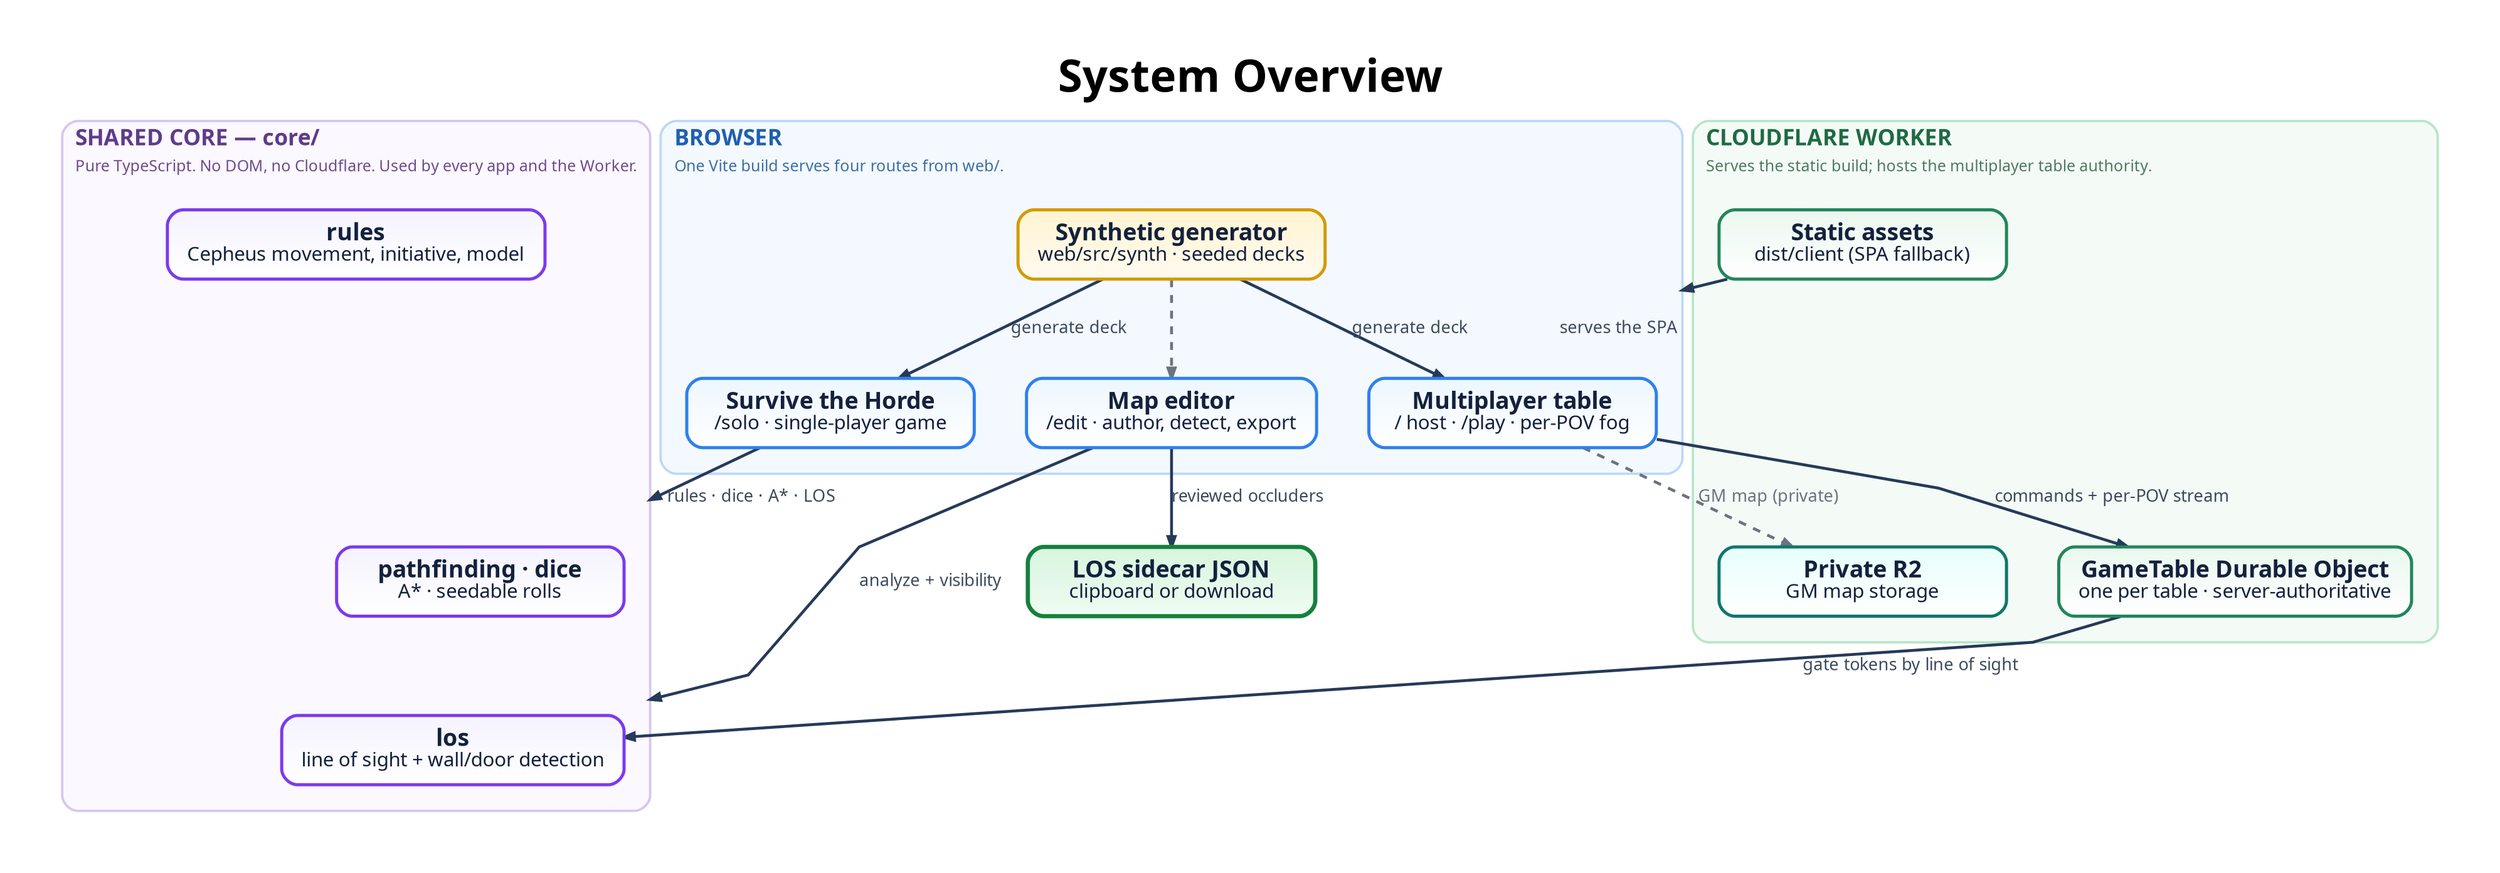
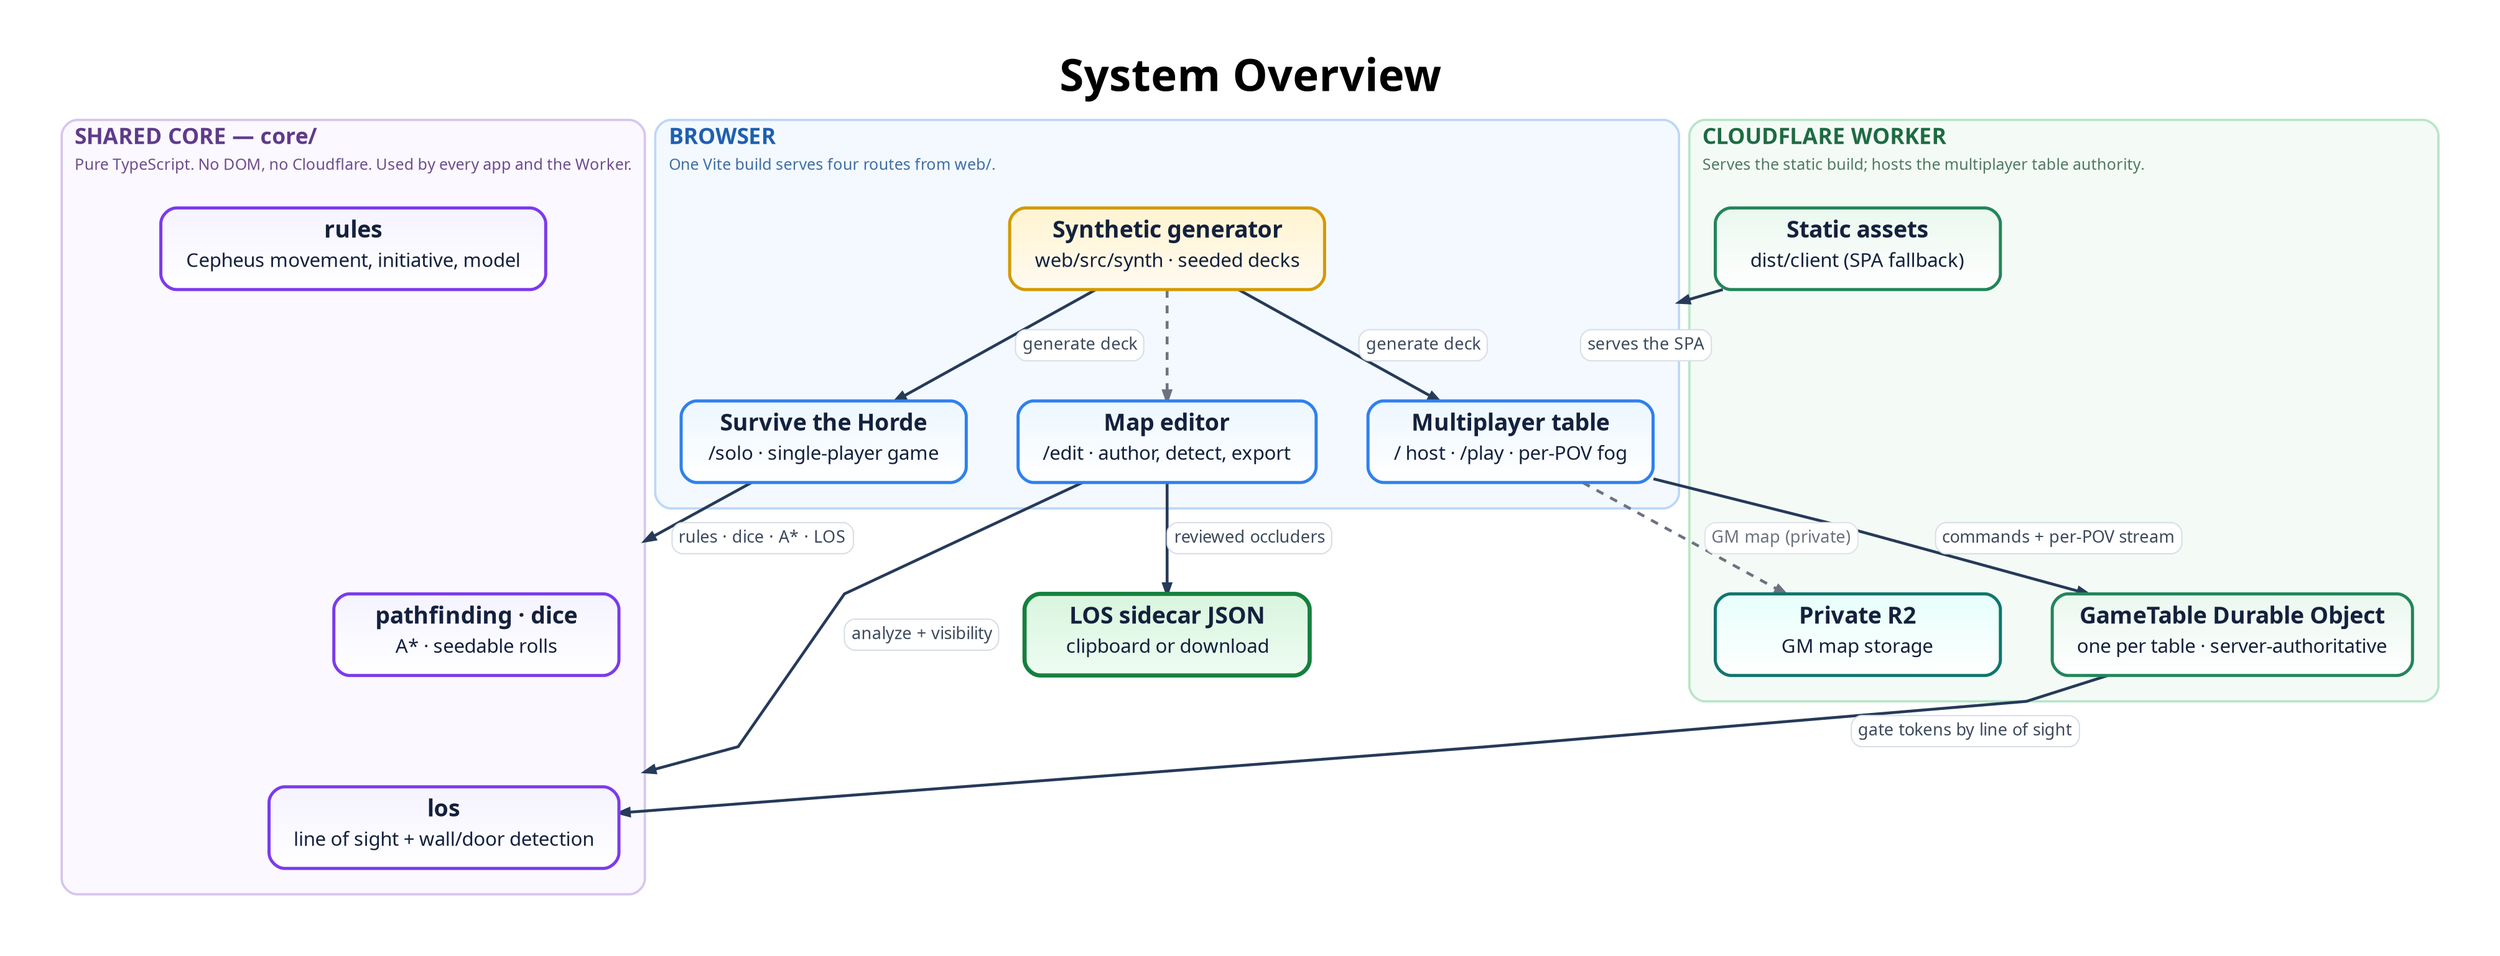
digraph SystemOverview {
  graph [
    rankdir=TB,
    bgcolor="#ffffff",
    pad="0.55",
    nodesep="0.55",
    ranksep="0.85",
    splines=polyline,
    outputorder=edgesfirst,
    compound=true,
    newrank=true,
    forcelabels=true,
    fontname="Avenir",
    label=<
      <TABLE BORDER="0" CELLBORDER="0" CELLSPACING="0" CELLPADDING="0">
        <TR><TD><FONT POINT-SIZE="34"><B>System Overview</B></FONT></TD></TR>
      </TABLE>
    >,
    labelloc=t,
    labeljust=c
  ];

  node [
    shape=box,
    style="rounded,filled",
    margin="0.21,0.13",
    width=3.05,
    height=0.74,
    fixedsize=false,
    fontname="Avenir",
    fontsize=18,
    penwidth=2.4,
    fontcolor="#14213d",
    color="#2264c7",
    fillcolor="#eaf3ff:#ffffff",
    gradientangle=270
  ];

  edge [
    color="#263a59",
    fontname="Avenir",
    fontsize=13,
    fontcolor="#3d4a5c",
    penwidth=2.2,
    arrowsize=0.78
  ];

  // ---- Browser: one Vite build, three apps + the generator (blue) ----
  subgraph cluster_browser {
    graph [
      label=<
        <TABLE BORDER="0" CELLBORDER="0" CELLSPACING="0" CELLPADDING="2">
          <TR><TD ALIGN="LEFT"><FONT POINT-SIZE="17" COLOR="#1f5fb0"><B>BROWSER</B></FONT></TD></TR>
          <TR><TD ALIGN="LEFT"><FONT POINT-SIZE="12" COLOR="#3f6ea5">One Vite build serves four routes from web/.</FONT></TD></TR>
        </TABLE>
      >,
      labelloc=t,
      labeljust=l,
      color="#bcd8f7",
      fillcolor="#f3f9ff",
      style="rounded,filled",
      penwidth=1.8,
      margin=20
    ];

-     ED [label=<<B>Map editor</B><BR/><FONT POINT-SIZE="15">/edit · author, detect, export</FONT>>, fillcolor="#edf7ff:#ffffff", color="#2f80ed"];
-     TB [label=<<B>Multiplayer table</B><BR/><FONT POINT-SIZE="15">/ host · /play · per-POV fog</FONT>>, fillcolor="#edf7ff:#ffffff", color="#2f80ed"];
-     SO [label=<<B>Survive the Horde</B><BR/><FONT POINT-SIZE="15">/solo · single-player game</FONT>>, fillcolor="#edf7ff:#ffffff", color="#2f80ed"];
-     SY [label=<<B>Synthetic generator</B><BR/><FONT POINT-SIZE="15">web/src/synth · seeded decks</FONT>>, fillcolor="#fff4d1:#fffaf0", color="#d39a00"];
+     ED [label=<<TABLE BORDER="0" CELLBORDER="0" CELLSPACING="0" CELLPADDING="0"><TR><TD><B>Map editor</B></TD></TR><TR><TD CELLPADDING="4"><FONT POINT-SIZE="15">/edit · author, detect, export</FONT></TD></TR></TABLE>>, fillcolor="#edf7ff:#ffffff", color="#2f80ed"];
+     TB [label=<<TABLE BORDER="0" CELLBORDER="0" CELLSPACING="0" CELLPADDING="0"><TR><TD><B>Multiplayer table</B></TD></TR><TR><TD CELLPADDING="4"><FONT POINT-SIZE="15">/ host · /play · per-POV fog</FONT></TD></TR></TABLE>>, fillcolor="#edf7ff:#ffffff", color="#2f80ed"];
+     SO [label=<<TABLE BORDER="0" CELLBORDER="0" CELLSPACING="0" CELLPADDING="0"><TR><TD><B>Survive the Horde</B></TD></TR><TR><TD CELLPADDING="4"><FONT POINT-SIZE="15">/solo · single-player game</FONT></TD></TR></TABLE>>, fillcolor="#edf7ff:#ffffff", color="#2f80ed"];
+     SY [label=<<TABLE BORDER="0" CELLBORDER="0" CELLSPACING="0" CELLPADDING="0"><TR><TD><B>Synthetic generator</B></TD></TR><TR><TD CELLPADDING="4"><FONT POINT-SIZE="15">web/src/synth · seeded decks</FONT></TD></TR></TABLE>>, fillcolor="#fff4d1:#fffaf0", color="#d39a00"];
  }

  // ---- Shared deterministic core (purple) ----
  subgraph cluster_core {
    graph [
      label=<
        <TABLE BORDER="0" CELLBORDER="0" CELLSPACING="0" CELLPADDING="2">
          <TR><TD ALIGN="LEFT"><FONT POINT-SIZE="17" COLOR="#5f3b8a"><B>SHARED CORE — core/</B></FONT></TD></TR>
          <TR><TD ALIGN="LEFT"><FONT POINT-SIZE="12" COLOR="#6d4d8d">Pure TypeScript. No DOM, no Cloudflare. Used by every app and the Worker.</FONT></TD></TR>
        </TABLE>
      >,
      labelloc=t,
      labeljust=l,
      color="#d6c6ee",
      fillcolor="#fbf8ff",
      style="rounded,filled",
      penwidth=1.8,
      margin=20
    ];

-     LOS [label=<<B>los</B><BR/><FONT POINT-SIZE="15">line of sight + wall/door detection</FONT>>, fillcolor="#f5f3ff:#ffffff", color="#7c3aed"];
-     RU [label=<<B>rules</B><BR/><FONT POINT-SIZE="15">Cepheus movement, initiative, model</FONT>>, fillcolor="#f5f3ff:#ffffff", color="#7c3aed"];
-     PF [label=<<B>pathfinding · dice</B><BR/><FONT POINT-SIZE="15">A* · seedable rolls</FONT>>, fillcolor="#f5f3ff:#ffffff", color="#7c3aed"];
+     LOS [label=<<TABLE BORDER="0" CELLBORDER="0" CELLSPACING="0" CELLPADDING="0"><TR><TD><B>los</B></TD></TR><TR><TD CELLPADDING="4"><FONT POINT-SIZE="15">line of sight + wall/door detection</FONT></TD></TR></TABLE>>, fillcolor="#f5f3ff:#ffffff", color="#7c3aed"];
+     RU [label=<<TABLE BORDER="0" CELLBORDER="0" CELLSPACING="0" CELLPADDING="0"><TR><TD><B>rules</B></TD></TR><TR><TD CELLPADDING="4"><FONT POINT-SIZE="15">Cepheus movement, initiative, model</FONT></TD></TR></TABLE>>, fillcolor="#f5f3ff:#ffffff", color="#7c3aed"];
+     PF [label=<<TABLE BORDER="0" CELLBORDER="0" CELLSPACING="0" CELLPADDING="0"><TR><TD><B>pathfinding · dice</B></TD></TR><TR><TD CELLPADDING="4"><FONT POINT-SIZE="15">A* · seedable rolls</FONT></TD></TR></TABLE>>, fillcolor="#f5f3ff:#ffffff", color="#7c3aed"];
  }

  // ---- Cloudflare Worker + table authority (green / teal) ----
  subgraph cluster_worker {
    graph [
      label=<
        <TABLE BORDER="0" CELLBORDER="0" CELLSPACING="0" CELLPADDING="2">
          <TR><TD ALIGN="LEFT"><FONT POINT-SIZE="17" COLOR="#1e6b43"><B>CLOUDFLARE WORKER</B></FONT></TD></TR>
          <TR><TD ALIGN="LEFT"><FONT POINT-SIZE="12" COLOR="#4e7a61">Serves the static build; hosts the multiplayer table authority.</FONT></TD></TR>
        </TABLE>
      >,
      labelloc=t,
      labeljust=l,
      color="#b8e5c8",
      fillcolor="#f4fbf6",
      style="rounded,filled",
      penwidth=1.8,
      margin=20
    ];

-     WA [label=<<B>Static assets</B><BR/><FONT POINT-SIZE="15">dist/client (SPA fallback)</FONT>>, fillcolor="#eaf8ef:#ffffff", color="#22865a"];
-     DO [label=<<B>GameTable Durable Object</B><BR/><FONT POINT-SIZE="15">one per table · server-authoritative</FONT>>, fillcolor="#eaf8ef:#ffffff", color="#22865a"];
-     R2 [label=<<B>Private R2</B><BR/><FONT POINT-SIZE="15">GM map storage</FONT>>, fillcolor="#e6fffb:#ffffff", color="#0f766e"];
+     WA [label=<<TABLE BORDER="0" CELLBORDER="0" CELLSPACING="0" CELLPADDING="0"><TR><TD><B>Static assets</B></TD></TR><TR><TD CELLPADDING="4"><FONT POINT-SIZE="15">dist/client (SPA fallback)</FONT></TD></TR></TABLE>>, fillcolor="#eaf8ef:#ffffff", color="#22865a"];
+     DO [label=<<TABLE BORDER="0" CELLBORDER="0" CELLSPACING="0" CELLPADDING="0"><TR><TD><B>GameTable Durable Object</B></TD></TR><TR><TD CELLPADDING="4"><FONT POINT-SIZE="15">one per table · server-authoritative</FONT></TD></TR></TABLE>>, fillcolor="#eaf8ef:#ffffff", color="#22865a"];
+     R2 [label=<<TABLE BORDER="0" CELLBORDER="0" CELLSPACING="0" CELLPADDING="0"><TR><TD><B>Private R2</B></TD></TR><TR><TD CELLPADDING="4"><FONT POINT-SIZE="15">GM map storage</FONT></TD></TR></TABLE>>, fillcolor="#e6fffb:#ffffff", color="#0f766e"];
  }

  // ---- Editor output (terminal green) ----
-   SC [label=<<B>LOS sidecar JSON</B><BR/><FONT POINT-SIZE="15">clipboard or download</FONT>>, fillcolor="#d8f5de:#effcf2", color="#15803d", penwidth=3.2];
+   SC [label=<<TABLE BORDER="0" CELLBORDER="0" CELLSPACING="0" CELLPADDING="0"><TR><TD><B>LOS sidecar JSON</B></TD></TR><TR><TD CELLPADDING="4"><FONT POINT-SIZE="15">clipboard or download</FONT></TD></TR></TABLE>>, fillcolor="#d8f5de:#effcf2", color="#15803d", penwidth=3.2];

  // ---- Edges ----
-   WA -> ED [label="serves the SPA", lhead=cluster_browser];
-   SY -> TB [label="generate deck"];
-   SY -> SO [label="generate deck"];
+   WA -> ED [label=<<TABLE BORDER="1" CELLBORDER="0" STYLE="ROUNDED" COLOR="#d7dee8" BGCOLOR="#ffffff" CELLSPACING="0" CELLPADDING="4"><TR><TD><FONT POINT-SIZE="13" COLOR="#3d4a5c">serves the SPA</FONT></TD></TR></TABLE>>, lhead=cluster_browser];
+   SY -> TB [label=<<TABLE BORDER="1" CELLBORDER="0" STYLE="ROUNDED" COLOR="#d7dee8" BGCOLOR="#ffffff" CELLSPACING="0" CELLPADDING="4"><TR><TD><FONT POINT-SIZE="13" COLOR="#3d4a5c">generate deck</FONT></TD></TR></TABLE>>];
+   SY -> SO [label=<<TABLE BORDER="1" CELLBORDER="0" STYLE="ROUNDED" COLOR="#d7dee8" BGCOLOR="#ffffff" CELLSPACING="0" CELLPADDING="4"><TR><TD><FONT POINT-SIZE="13" COLOR="#3d4a5c">generate deck</FONT></TD></TR></TABLE>>];
  SY -> ED [style=dashed, color="#6b7280", fontcolor="#6b7280"];

-   ED -> LOS [label="analyze + visibility", lhead=cluster_core];
-   ED -> SC [label="reviewed occluders"];
-   SO -> PF [label="rules · dice · A* · LOS", lhead=cluster_core];
+   ED -> LOS [label=<<TABLE BORDER="1" CELLBORDER="0" STYLE="ROUNDED" COLOR="#d7dee8" BGCOLOR="#ffffff" CELLSPACING="0" CELLPADDING="4"><TR><TD><FONT POINT-SIZE="13" COLOR="#3d4a5c">analyze + visibility</FONT></TD></TR></TABLE>>, lhead=cluster_core];
+   ED -> SC [label=<<TABLE BORDER="1" CELLBORDER="0" STYLE="ROUNDED" COLOR="#d7dee8" BGCOLOR="#ffffff" CELLSPACING="0" CELLPADDING="4"><TR><TD><FONT POINT-SIZE="13" COLOR="#3d4a5c">reviewed occluders</FONT></TD></TR></TABLE>>];
+   SO -> PF [label=<<TABLE BORDER="1" CELLBORDER="0" STYLE="ROUNDED" COLOR="#d7dee8" BGCOLOR="#ffffff" CELLSPACING="0" CELLPADDING="4"><TR><TD><FONT POINT-SIZE="13" COLOR="#3d4a5c">rules · dice · A* · LOS</FONT></TD></TR></TABLE>>, lhead=cluster_core];

-   TB -> DO [label="commands + per-POV stream"];
-   DO -> LOS [label="gate tokens by line of sight"];
-   TB -> R2 [label="GM map (private)", style=dashed, color="#6b7280", fontcolor="#6b7280"];
+   TB -> DO [label=<<TABLE BORDER="1" CELLBORDER="0" STYLE="ROUNDED" COLOR="#d7dee8" BGCOLOR="#ffffff" CELLSPACING="0" CELLPADDING="4"><TR><TD><FONT POINT-SIZE="13" COLOR="#3d4a5c">commands + per-POV stream</FONT></TD></TR></TABLE>>];
+   DO -> LOS [label=<<TABLE BORDER="1" CELLBORDER="0" STYLE="ROUNDED" COLOR="#d7dee8" BGCOLOR="#ffffff" CELLSPACING="0" CELLPADDING="4"><TR><TD><FONT POINT-SIZE="13" COLOR="#3d4a5c">gate tokens by line of sight</FONT></TD></TR></TABLE>>];
+   TB -> R2 [label=<<TABLE BORDER="1" CELLBORDER="0" STYLE="ROUNDED" COLOR="#dfe3e9" BGCOLOR="#ffffff" CELLSPACING="0" CELLPADDING="4"><TR><TD><FONT POINT-SIZE="13" COLOR="#6b7280">GM map (private)</FONT></TD></TR></TABLE>>, style=dashed, color="#6b7280", fontcolor="#6b7280"];
}
